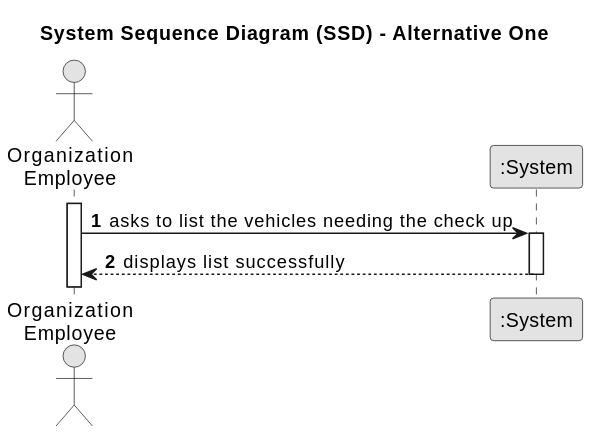
This is docs/sprintA/us008/01.requirements-engineering/svg/us008-system-sequence-diagram.svg from Departamento-de-Engenharia-Informatica/greenspace-management, a PlantUML export, as it was before one commit.
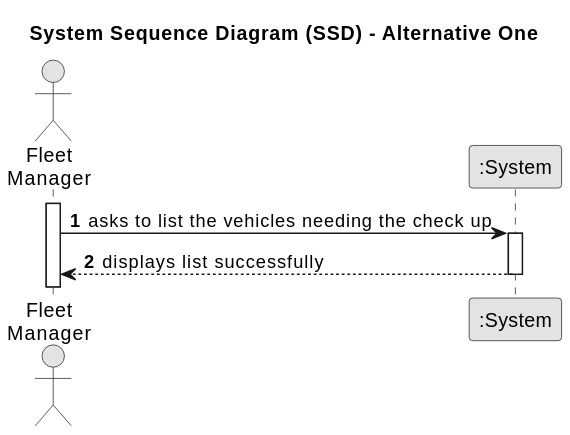
After the commit.

Commit message:
US01 excerpt diagram / small domain model correction

Change to the diagram source:
```diff
@@ -7,7 +7,7 @@
 
 autonumber
 
-actor "Organization\nEmployee" as Employee
+actor "Fleet\nManager" as Employee
 participant ":System" as System
 
 activate Employee
```
